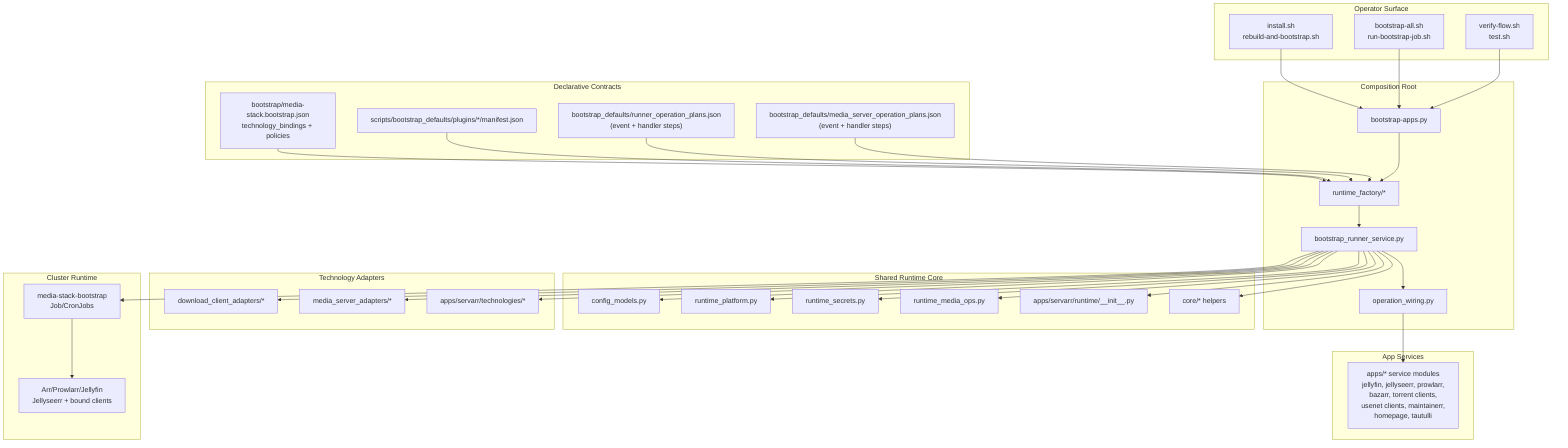
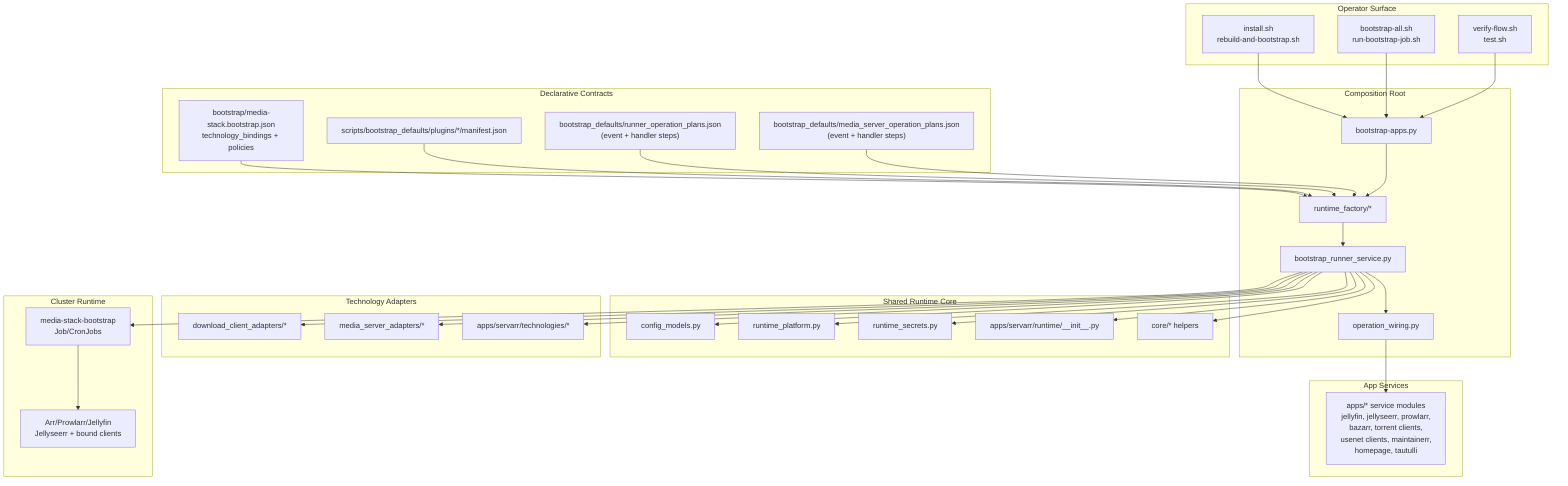
flowchart TD
  subgraph Operators[Operator Surface]
    SH1["install.sh\nrebuild-and-bootstrap.sh"]
    SH2["bootstrap-all.sh\nrun-bootstrap-job.sh"]
    SH3["verify-flow.sh\ntest.sh"]
  end

  subgraph Contracts[Declarative Contracts]
    CFG["bootstrap/media-stack.bootstrap.json\ntechnology_bindings + policies"]
    PM["scripts/bootstrap_defaults/plugins/*/manifest.json"]
    RPLAN["bootstrap_defaults/runner_operation_plans.json\n(event + handler steps)"]
    MPLAN["bootstrap_defaults/media_server_operation_plans.json\n(event + handler steps)"]
  end

  subgraph Entry[Composition Root]
    MAIN["bootstrap-apps.py"]
    RF["runtime_factory/*"]
    RUN["bootstrap_runner_service.py"]
    WIRE["operation_wiring.py"]
  end

  subgraph Core[Shared Runtime Core]
    CFGM["config_models.py"]
    CORE_RT["runtime_platform.py"]
    CORE_SEC["runtime_secrets.py"]
-     MED["runtime_media_ops.py"]
    ARR["apps/servarr/runtime/__init__.py"]
    LIB["core/* helpers"]
  end

  subgraph Adapters[Technology Adapters]
    DL["download_client_adapters/*"]
    MS["media_server_adapters/*"]
    SA["apps/servarr/technologies/*"]
  end

  subgraph AppSvc[App Services]
    APPMOD["apps/* service modules\njellyfin, jellyseerr, prowlarr,\nbazarr, torrent clients,\nusenet clients, maintainerr,\nhomepage, tautulli"]
  end

  subgraph Runtime[Cluster Runtime]
    JOB["media-stack-bootstrap\nJob/CronJobs"]
    APPS["Arr/Prowlarr/Jellyfin\nJellyseerr + bound clients"]
  end

  SH1 --> MAIN
  SH2 --> MAIN
  SH3 --> MAIN

  CFG --> RF
  PM --> RF
  RPLAN --> RF
  MPLAN --> RF

  MAIN --> RF --> RUN --> WIRE

  RUN --> CFGM
  RUN --> CORE_RT
  RUN --> CORE_SEC
-   RUN --> MED
  RUN --> ARR
  RUN --> LIB

  RUN --> DL
  RUN --> MS
  RUN --> SA

  WIRE --> APPMOD

  RUN --> JOB --> APPS
